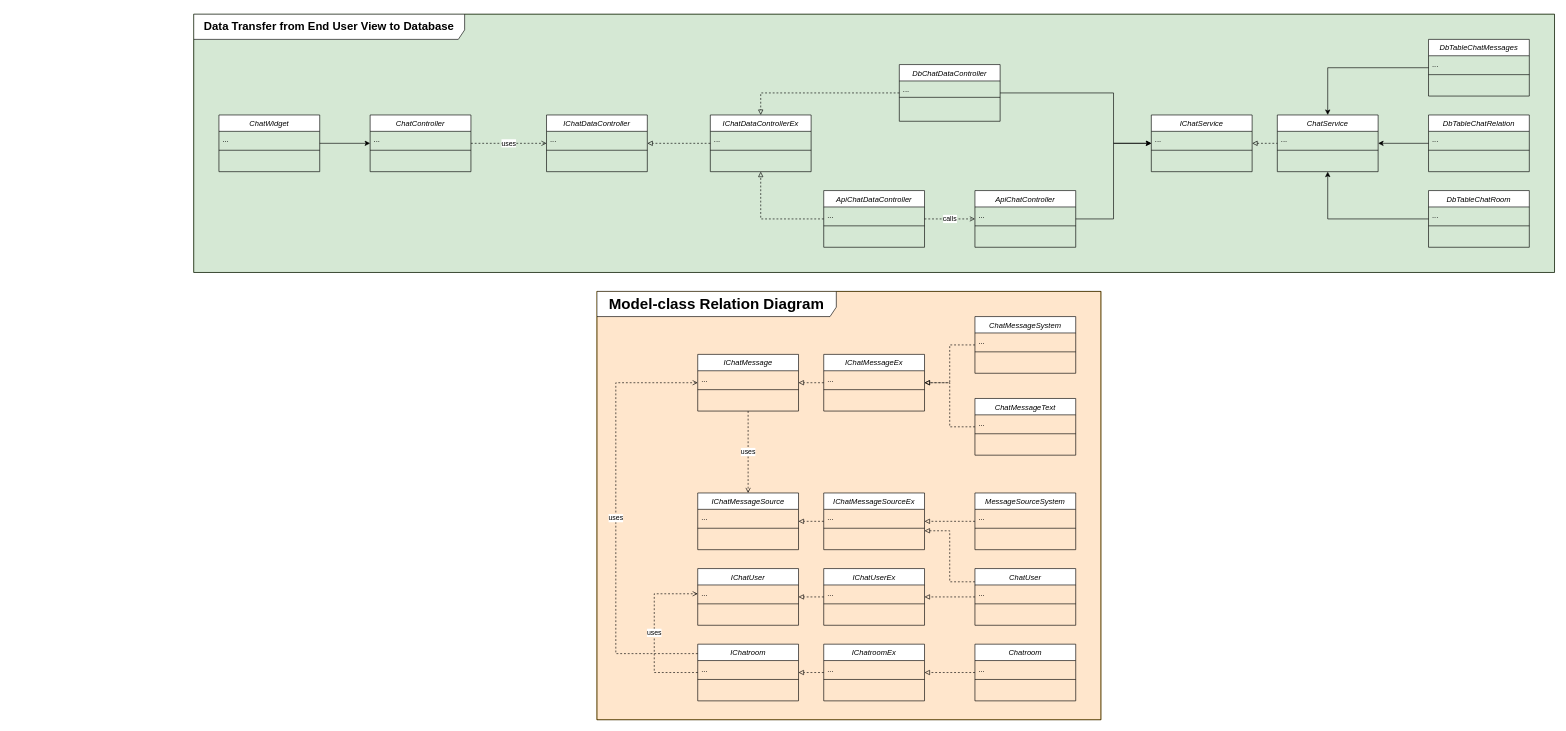
The draw.io diagram internship_s8/new-class-diagram.drawio in Gryfin123/diagrams_with_no_context, before the edit. Source tidied: cells renumbered, new cells numbered last; positions are measured from the earlier drawing's top-left corner, leaving out a move shared by most shapes. Both pictures are drawn from the tidied source at 63%, with x=0, y=0 at pixel (11, 14).
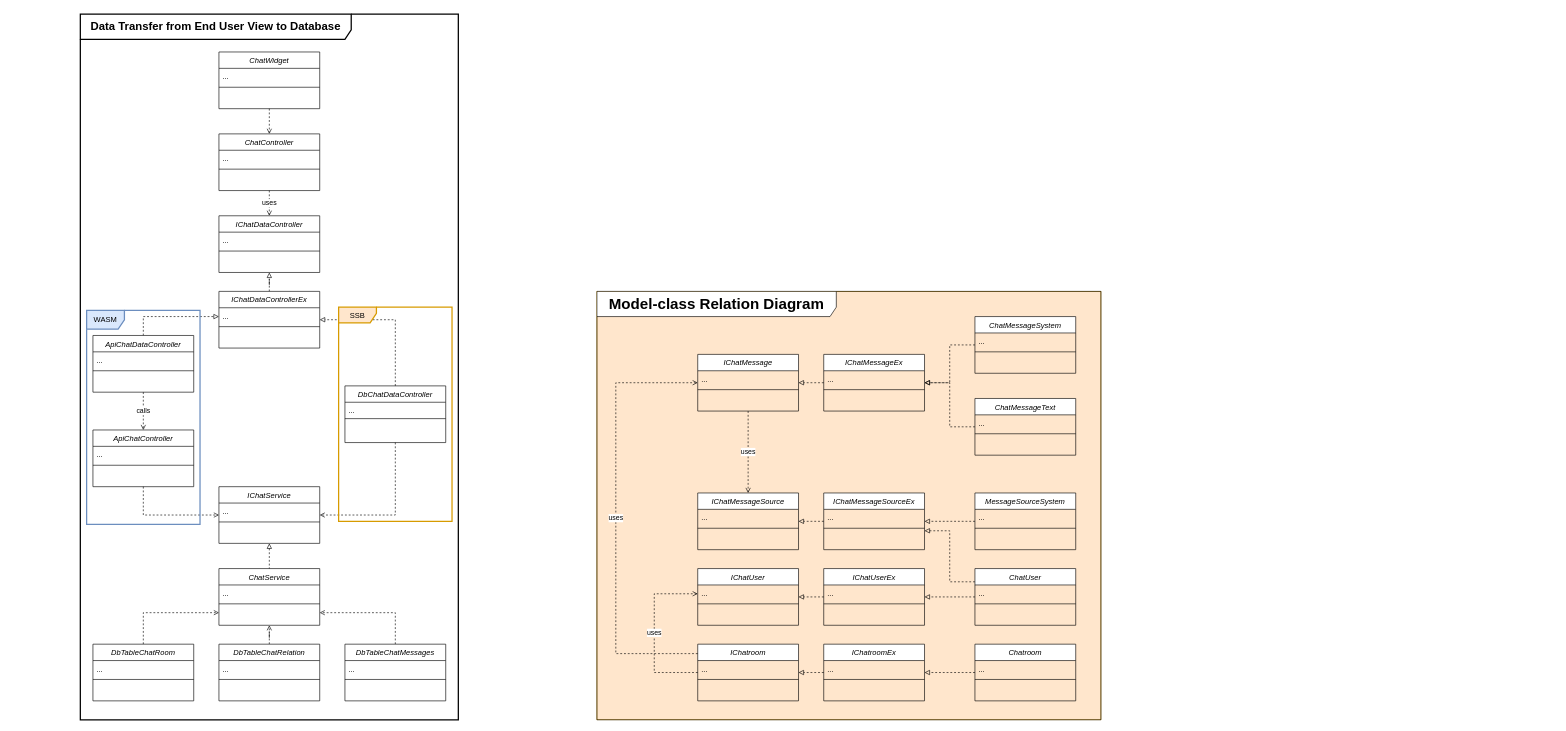
Above is the later version.

Change to the diagram source:
```diff
@@
-    <mxCell id="2" style="rounded=0;whiteSpace=wrap;html=1;fillColor=#d5e8d4;strokeColor=#82b366;" parent="1" vertex="1">
-      <mxGeometry x="290" width="2160" height="410" as="geometry" />
-    </mxCell>
@@
-    <mxCell id="50" style="edgeStyle=orthogonalEdgeStyle;rounded=0;jettySize=auto;html=1;" parent="1" edge="1" source="51" target="62">
-      <mxGeometry relative="1" as="geometry" />
+    <mxCell id="50" style="edgeStyle=orthogonalEdgeStyle;rounded=0;jettySize=auto;html=1;endArrow=open;endFill=0;dashed=1;" parent="1" edge="1" source="51" target="62">
+      <mxGeometry relative="1" as="geometry">
+        <Array as="points">
+          <mxPoint x="610" y="950" />
+        </Array>
+      </mxGeometry>
     </mxCell>
     <mxCell id="51" value="DbTableChatMessages" style="swimlane;fontStyle=2;align=center;verticalAlign=top;horizontal=1;startSize=26;rounded=0;shadow=0;strokeWidth=1;" parent="1" vertex="1">
-      <mxGeometry x="2250" y="40" width="160" height="90" as="geometry" />
+      <mxGeometry x="530" y="1000" width="160" height="90" as="geometry" />
     </mxCell>
@@
-    <mxCell id="54" style="edgeStyle=orthogonalEdgeStyle;rounded=0;jettySize=auto;html=1;" parent="1" edge="1" source="55" target="62">
+    <mxCell id="54" style="edgeStyle=orthogonalEdgeStyle;rounded=0;jettySize=auto;html=1;endArrow=open;endFill=0;dashed=1;" parent="1" edge="1" source="55" target="62">
       <mxGeometry relative="1" as="geometry" />
     </mxCell>
     <mxCell id="55" value="DbTableChatRelation" style="swimlane;fontStyle=2;align=center;verticalAlign=top;horizontal=1;startSize=26;rounded=0;shadow=0;strokeWidth=1;" parent="1" vertex="1">
-      <mxGeometry x="2250" y="160" width="160" height="90" as="geometry" />
+      <mxGeometry x="330" y="1000" width="160" height="90" as="geometry" />
     </mxCell>
@@
-    <mxCell id="58" style="edgeStyle=orthogonalEdgeStyle;rounded=0;jettySize=auto;html=1;" parent="1" edge="1" source="59" target="62">
-      <mxGeometry relative="1" as="geometry" />
+    <mxCell id="58" style="edgeStyle=orthogonalEdgeStyle;rounded=0;jettySize=auto;html=1;endArrow=open;endFill=0;dashed=1;" parent="1" edge="1" source="59" target="62">
+      <mxGeometry relative="1" as="geometry">
+        <Array as="points">
+          <mxPoint x="210" y="950" />
+        </Array>
+      </mxGeometry>
     </mxCell>
     <mxCell id="59" value="DbTableChatRoom" style="swimlane;fontStyle=2;align=center;verticalAlign=top;horizontal=1;startSize=26;rounded=0;shadow=0;strokeWidth=1;" parent="1" vertex="1">
-      <mxGeometry x="2250" y="280" width="160" height="90" as="geometry" />
+      <mxGeometry x="130" y="1000" width="160" height="90" as="geometry" />
     </mxCell>
@@
     <mxCell id="62" value="ChatService" style="swimlane;fontStyle=2;align=center;verticalAlign=top;horizontal=1;startSize=26;rounded=0;shadow=0;strokeWidth=1;" parent="1" vertex="1">
-      <mxGeometry x="2010" y="160" width="160" height="90" as="geometry" />
+      <mxGeometry x="330" y="880" width="160" height="90" as="geometry" />
     </mxCell>
@@
     <mxCell id="66" value="IChatService" style="swimlane;fontStyle=2;align=center;verticalAlign=top;horizontal=1;startSize=26;rounded=0;shadow=0;strokeWidth=1;" parent="1" vertex="1">
-      <mxGeometry x="1810" y="160" width="160" height="90" as="geometry" />
+      <mxGeometry x="330" y="750" width="160" height="90" as="geometry" />
     </mxCell>
@@
     <mxCell id="69" style="edgeStyle=orthogonalEdgeStyle;rounded=0;jettySize=auto;html=1;endArrow=block;endFill=0;dashed=1;" parent="1" edge="1" source="72" target="76">
-      <mxGeometry relative="1" as="geometry" />
+      <mxGeometry relative="1" as="geometry">
+        <Array as="points">
+          <mxPoint x="210" y="480" />
+        </Array>
+      </mxGeometry>
     </mxCell>
-    <mxCell id="70" style="edgeStyle=orthogonalEdgeStyle;rounded=0;jettySize=auto;html=1;" parent="1" edge="1" source="84" target="66">
+    <mxCell id="70" style="edgeStyle=orthogonalEdgeStyle;rounded=0;jettySize=auto;html=1;strokeColor=default;endArrow=open;endFill=0;dashed=1;" parent="1" edge="1" source="84" target="66">
       <mxGeometry relative="1" as="geometry">
         <Array as="points">
-          <mxPoint x="1750" y="325" />
-          <mxPoint x="1750" y="205" />
+          <mxPoint x="210" y="795" />
         </Array>
       </mxGeometry>
     </mxCell>
@@
     <mxCell id="72" value="ApiChatDataController" style="swimlane;fontStyle=2;align=center;verticalAlign=top;horizontal=1;startSize=26;rounded=0;shadow=0;strokeWidth=1;" parent="1" vertex="1">
-      <mxGeometry x="1290" y="280" width="160" height="90" as="geometry" />
+      <mxGeometry x="130" y="510" width="160" height="90" as="geometry" />
     </mxCell>
@@
     <mxCell id="76" value="IChatDataControllerEx" style="swimlane;fontStyle=2;align=center;verticalAlign=top;horizontal=1;startSize=26;rounded=0;shadow=0;strokeWidth=1;" parent="1" vertex="1">
-      <mxGeometry x="1110" y="160" width="160" height="90" as="geometry" />
+      <mxGeometry x="330" y="440" width="160" height="90" as="geometry" />
     </mxCell>
@@
     <mxCell id="79" style="edgeStyle=orthogonalEdgeStyle;rounded=0;jettySize=auto;html=1;endArrow=block;endFill=0;dashed=1;" parent="1" edge="1" source="81" target="76">
       <mxGeometry relative="1" as="geometry">
         <Array as="points">
-          <mxPoint x="1190" y="125" />
+          <mxPoint x="610" y="635" />
         </Array>
       </mxGeometry>
     </mxCell>
-    <mxCell id="80" style="edgeStyle=orthogonalEdgeStyle;rounded=0;jettySize=auto;html=1;" parent="1" edge="1" source="81" target="66">
+    <mxCell id="80" style="edgeStyle=orthogonalEdgeStyle;rounded=0;jettySize=auto;html=1;endArrow=open;endFill=0;dashed=1;" parent="1" edge="1" source="81" target="66">
       <mxGeometry relative="1" as="geometry">
         <Array as="points">
-          <mxPoint x="1750" y="125" />
-          <mxPoint x="1750" y="205" />
+          <mxPoint x="610" y="795" />
         </Array>
       </mxGeometry>
     </mxCell>
     <mxCell id="81" value="DbChatDataController" style="swimlane;fontStyle=2;align=center;verticalAlign=top;horizontal=1;startSize=26;rounded=0;shadow=0;strokeWidth=1;" parent="1" vertex="1">
-      <mxGeometry x="1410" y="80" width="160" height="90" as="geometry" />
+      <mxGeometry x="530" y="590" width="160" height="90" as="geometry" />
     </mxCell>
@@
     <mxCell id="84" value="ApiChatController" style="swimlane;fontStyle=2;align=center;verticalAlign=top;horizontal=1;startSize=26;rounded=0;shadow=0;strokeWidth=1;" parent="1" vertex="1">
-      <mxGeometry x="1530" y="280" width="160" height="90" as="geometry" />
+      <mxGeometry x="130" y="660" width="160" height="90" as="geometry" />
     </mxCell>
@@
     <mxCell id="87" value="IChatDataController" style="swimlane;fontStyle=2;align=center;verticalAlign=top;horizontal=1;startSize=26;rounded=0;shadow=0;strokeWidth=1;" parent="1" vertex="1">
-      <mxGeometry x="850" y="160" width="160" height="90" as="geometry" />
+      <mxGeometry x="330" y="320" width="160" height="90" as="geometry" />
     </mxCell>
@@
     <mxCell id="91" value="ChatController" style="swimlane;fontStyle=2;align=center;verticalAlign=top;horizontal=1;startSize=26;rounded=0;shadow=0;strokeWidth=1;" parent="1" vertex="1">
-      <mxGeometry x="570" y="160" width="160" height="90" as="geometry" />
+      <mxGeometry x="330" y="190" width="160" height="90" as="geometry" />
     </mxCell>
@@
-    <mxCell id="94" style="edgeStyle=orthogonalEdgeStyle;rounded=0;jettySize=auto;html=1;" parent="1" edge="1" source="95" target="91">
+    <mxCell id="94" style="edgeStyle=orthogonalEdgeStyle;rounded=0;jettySize=auto;html=1;endArrow=open;endFill=0;dashed=1;" parent="1" edge="1" source="95" target="91">
       <mxGeometry relative="1" as="geometry" />
     </mxCell>
     <mxCell id="95" value="ChatWidget" style="swimlane;fontStyle=2;align=center;verticalAlign=top;horizontal=1;startSize=26;rounded=0;shadow=0;strokeWidth=1;" parent="1" vertex="1">
-      <mxGeometry x="330" y="160" width="160" height="90" as="geometry" />
+      <mxGeometry x="330" y="60" width="160" height="90" as="geometry" />
     </mxCell>
@@
-    <mxCell id="104" value="&lt;h2&gt;&lt;br&gt;&lt;/h2&gt;" style="text;html=1;align=left;verticalAlign=middle;whiteSpace=wrap;rounded=0;" parent="1" vertex="1">
-      <mxGeometry y="550" width="540" height="30" as="geometry" />
-    </mxCell>
@@
-    <mxCell id="106" value="&lt;h2 style=&quot;text-align: left;&quot;&gt;Data Transfer from End User View to Database&lt;/h2&gt;" style="shape=umlFrame;whiteSpace=wrap;html=1;width=430;height=40;" parent="1" vertex="1">
-      <mxGeometry x="290" width="2160" height="410" as="geometry" />
+    <mxCell id="106" value="&lt;h2 style=&quot;text-align: left;&quot;&gt;Data Transfer from End User View to Database&lt;/h2&gt;" style="shape=umlFrame;whiteSpace=wrap;html=1;width=430;height=40;strokeWidth=2;" parent="1" vertex="1">
+      <mxGeometry x="110" width="600" height="1120" as="geometry" />
     </mxCell>
+    <mxCell id="107" value="WASM" style="shape=umlFrame;whiteSpace=wrap;html=1;fillColor=#dae8fc;strokeColor=#6c8ebf;strokeWidth=2;" parent="1" vertex="1">
+      <mxGeometry x="120" y="470" width="180" height="340" as="geometry" />
+    </mxCell>
+    <mxCell id="108" value="SSB" style="shape=umlFrame;whiteSpace=wrap;html=1;fillColor=#ffe6cc;strokeColor=#d79b00;strokeWidth=2;width=60;height=25;" parent="1" vertex="1">
+      <mxGeometry x="520" y="465" width="180" height="340" as="geometry" />
+    </mxCell>
```
